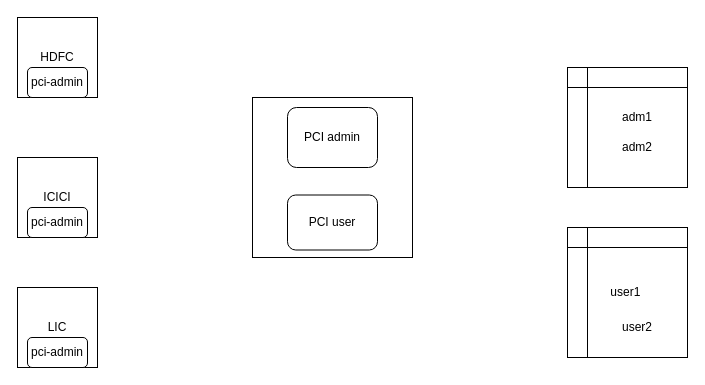
The draw.io diagram Untitled Diagram.drawio in poonam2309/SSOquickstart, before the edit. Source tidied: cells renumbered, new cells numbered last; positions are measured from the earlier drawing's top-left corner, leaving out a move shared by most shapes. Both pictures are drawn from the tidied source at 100%, with x=0, y=0 at pixel (17, 17).
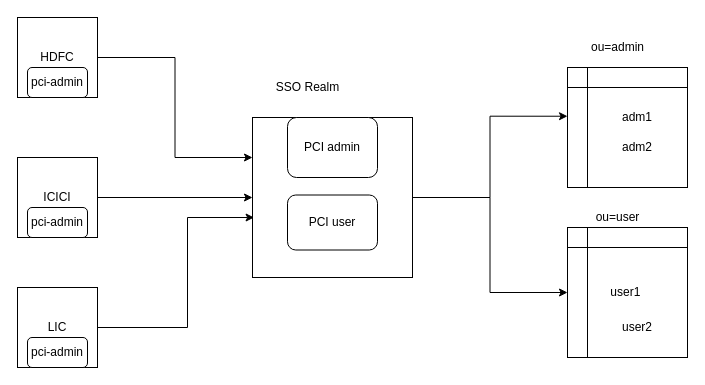
The same diagram, later.

Unchanged cells that the change refers to:
```xml
<mxCell id="2" value="HDFC" style="whiteSpace=wrap;html=1;" parent="1" vertex="1">
  <mxGeometry width="80" height="80" as="geometry" />
</mxCell>
<mxCell id="3" value="ICICI" style="whiteSpace=wrap;html=1;" parent="1" vertex="1">
  <mxGeometry y="140" width="80" height="80" as="geometry" />
</mxCell>
<mxCell id="4" value="LIC" style="whiteSpace=wrap;html=1;" parent="1" vertex="1">
  <mxGeometry y="270" width="80" height="80" as="geometry" />
</mxCell>
<mxCell id="11" style="shape=internalStorage;whiteSpace=wrap;html=1;backgroundOutline=1;" parent="1" vertex="1">
  <mxGeometry x="550" y="50" width="120" height="120" as="geometry" />
</mxCell>
<mxCell id="12" value="user1&amp;nbsp;" style="shape=internalStorage;whiteSpace=wrap;html=1;backgroundOutline=1;" parent="1" vertex="1">
  <mxGeometry x="550" y="210" width="120" height="130" as="geometry" />
</mxCell>
```

Diff of the diagram source:
```diff
@@
+    <mxCell id="16" style="edgeStyle=orthogonalEdgeStyle;rounded=0;jettySize=auto;html=1;entryX=0;entryY=0.25;entryDx=0;entryDy=0;" parent="1" edge="1" source="2" target="8">
+      <mxGeometry relative="1" as="geometry" />
+    </mxCell>
@@
+    <mxCell id="17" style="edgeStyle=orthogonalEdgeStyle;rounded=0;jettySize=auto;html=1;entryX=0;entryY=0.5;entryDx=0;entryDy=0;" parent="1" edge="1" source="3" target="8">
+      <mxGeometry relative="1" as="geometry" />
+    </mxCell>
@@
+    <mxCell id="18" style="edgeStyle=orthogonalEdgeStyle;rounded=0;jettySize=auto;html=1;entryX=0.01;entryY=0.625;entryDx=0;entryDy=0;entryPerimeter=0;" parent="1" edge="1" source="4" target="8">
+      <mxGeometry relative="1" as="geometry">
+        <Array as="points">
+          <mxPoint x="170" y="310" />
+          <mxPoint x="170" y="200" />
+        </Array>
+      </mxGeometry>
+    </mxCell>
@@
-    <mxCell id="8" style="whiteSpace=wrap;html=1;" parent="1" vertex="1">
-      <mxGeometry x="235" y="80" width="160" height="160" as="geometry" />
-    </mxCell>
-    <mxCell id="9" value="PCI admin" style="rounded=1;whiteSpace=wrap;html=1;" parent="1" vertex="1">
-      <mxGeometry x="270" y="90" width="90" height="60" as="geometry" />
-    </mxCell>
-    <mxCell id="10" value="PCI user" style="rounded=1;whiteSpace=wrap;html=1;" parent="1" vertex="1">
-      <mxGeometry x="270" y="177.5" width="90" height="55" as="geometry" />
-    </mxCell>
@@
+    <mxCell id="19" style="group;" parent="1" vertex="1">
+      <mxGeometry x="235" y="100" width="160" height="160" as="geometry" />
+    </mxCell>
+    <mxCell id="8" style="whiteSpace=wrap;html=1;" parent="19" vertex="1">
+      <mxGeometry width="160" height="160" as="geometry" />
+    </mxCell>
+    <mxCell id="9" value="PCI admin" style="rounded=1;whiteSpace=wrap;html=1;" parent="19" vertex="1">
+      <mxGeometry x="35" width="90" height="60" as="geometry" />
+    </mxCell>
+    <mxCell id="10" value="PCI user" style="rounded=1;whiteSpace=wrap;html=1;" parent="19" vertex="1">
+      <mxGeometry x="35" y="77.5" width="90" height="55" as="geometry" />
+    </mxCell>
+    <mxCell id="20" style="edgeStyle=orthogonalEdgeStyle;rounded=0;jettySize=auto;html=1;entryX=0;entryY=0.406;entryDx=0;entryDy=0;entryPerimeter=0;" parent="1" edge="1" source="8" target="11">
+      <mxGeometry relative="1" as="geometry" />
+    </mxCell>
+    <mxCell id="21" style="edgeStyle=orthogonalEdgeStyle;rounded=0;jettySize=auto;html=1;" parent="1" edge="1" source="8" target="12">
+      <mxGeometry relative="1" as="geometry" />
+    </mxCell>
+    <mxCell id="22" value="ou=admin" style="text;html=1;align=center;verticalAlign=middle;" parent="1" vertex="1">
+      <mxGeometry x="565" y="20" width="70" height="20" as="geometry" />
+    </mxCell>
+    <mxCell id="23" value="ou=user" style="text;html=1;align=center;verticalAlign=middle;" parent="1" vertex="1">
+      <mxGeometry x="570" y="190" width="60" height="20" as="geometry" />
+    </mxCell>
+    <mxCell id="24" value="SSO Realm" style="text;html=1;align=center;verticalAlign=middle;" parent="1" vertex="1">
+      <mxGeometry x="250" y="60" width="80" height="20" as="geometry" />
+    </mxCell>
```
